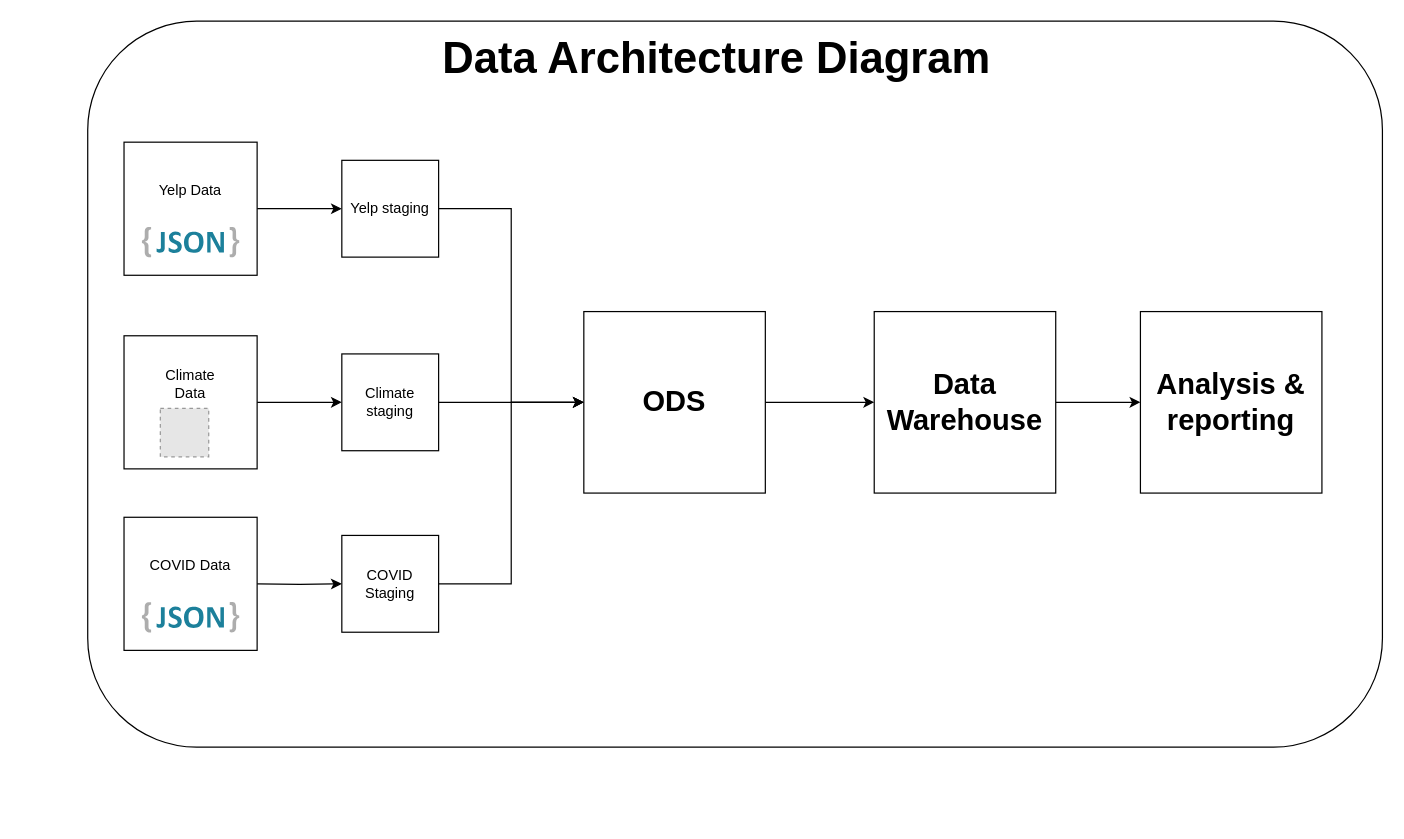
This is Udacity/Untitled Diagram.drawio from vijaypattar28/snowflake, a draw.io file, before an edit. Source tidied: cells renumbered, new cells numbered last; positions are measured from the earlier drawing's top-left corner, leaving out a move shared by most shapes. Both pictures are drawn from the tidied source at 121%, with x=0, y=0 at pixel (87, 21). Pictures stored in the file or linked from it are replaced by grey dashed boxes.
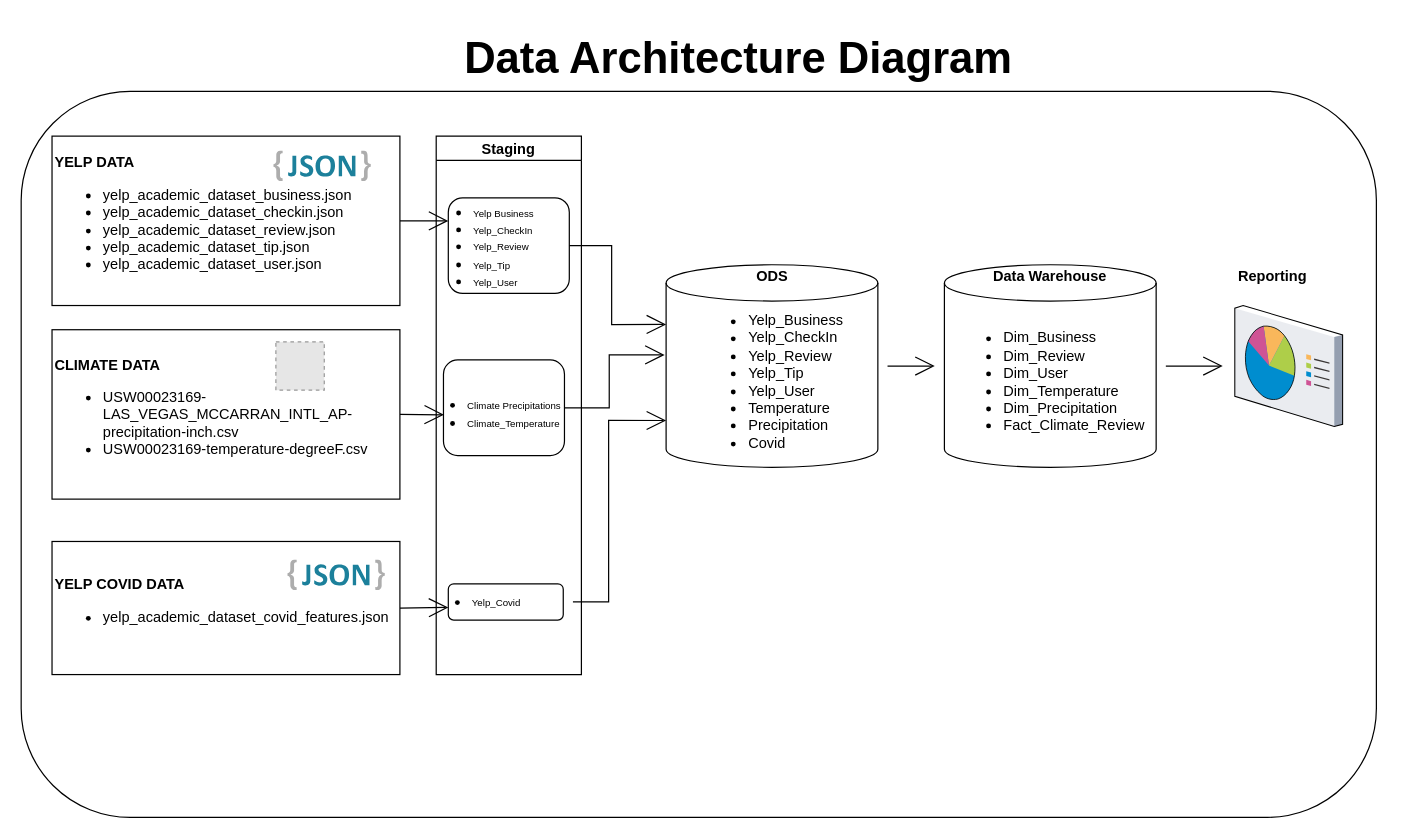
Above is the later version.

Commit message:
updated the diagram based on the feedback

The edit, as a diff of the source:
```diff
@@
     <mxCell id="2" style="rounded=1;whiteSpace=wrap;html=1;" parent="1" vertex="1">
-      <mxGeometry width="1070" height="600" as="geometry" />
+      <mxGeometry x="-55" y="58" width="1120" height="600" as="geometry" />
     </mxCell>
-    <mxCell id="3" style="edgeStyle=orthogonalEdgeStyle;rounded=0;jettySize=auto;html=1;entryX=0;entryY=0.5;entryDx=0;entryDy=0;" parent="1" edge="1" source="4" target="16">
-      <mxGeometry relative="1" as="geometry" />
-    </mxCell>
-    <mxCell id="4" style="whiteSpace=wrap;html=1;" parent="1" vertex="1">
-      <mxGeometry x="30" y="100" width="110" height="110" as="geometry" />
-    </mxCell>
+    <mxCell id="26" value="&lt;font style=&quot;font-size: 36px&quot;&gt;&lt;b&gt;Data Architecture Diagram&lt;/b&gt;&lt;/font&gt;" style="text;html=1;strokeColor=none;fillColor=none;align=center;verticalAlign=middle;whiteSpace=wrap;rounded=0;" parent="1" vertex="1">
+      <mxGeometry x="283" y="20" width="510" height="20" as="geometry" />
+    </mxCell>
+    <mxCell id="27" style="edgeStyle=none;curved=1;rounded=0;jettySize=auto;html=1;exitX=1;exitY=0.5;exitDx=0;exitDy=0;endArrow=open;startSize=14;endSize=14;sourcePerimeterSpacing=8;targetPerimeterSpacing=8;entryX=0;entryY=0.241;entryDx=0;entryDy=0;entryPerimeter=0;" parent="1" edge="1" source="28" target="35">
+      <mxGeometry relative="1" as="geometry" />
+    </mxCell>
+    <mxCell id="28" value="&lt;div&gt;&lt;b&gt;YELP DATA&lt;/b&gt;&lt;/div&gt;&lt;ul&gt;&lt;li&gt;&lt;span&gt;yelp_academic_dataset_business.json&lt;/span&gt;&lt;/li&gt;&lt;li&gt;&lt;span&gt;yelp_academic_dataset_checkin.json&lt;/span&gt;&lt;/li&gt;&lt;li&gt;&lt;span&gt;yelp_academic_dataset_review.json&lt;/span&gt;&lt;/li&gt;&lt;li&gt;&lt;span&gt;yelp_academic_dataset_tip.json&lt;/span&gt;&lt;/li&gt;&lt;li&gt;&lt;span&gt;yelp_academic_dataset_user.json&lt;/span&gt;&lt;/li&gt;&lt;/ul&gt;" style="rounded=0;whiteSpace=wrap;html=1;hachureGap=4;align=left;" parent="1" vertex="1">
+      <mxGeometry x="-29.5" y="95" width="287.5" height="140" as="geometry" />
+    </mxCell>
     <mxCell id="5" style="dashed=0;html=1;align=center;labelPosition=center;verticalLabelPosition=bottom;verticalAlign=top;shape=mxgraph.weblogos.json_2;" parent="1" vertex="1">
-      <mxGeometry x="44.8" y="170" width="80.4" height="25.2" as="geometry" />
+      <mxGeometry x="153.5" y="107" width="80.4" height="25.2" as="geometry" />
     </mxCell>
-    <mxCell id="6" value="Yelp Data" style="text;html=1;strokeColor=none;fillColor=none;align=center;verticalAlign=middle;whiteSpace=wrap;rounded=0;" parent="1" vertex="1">
-      <mxGeometry x="50" y="130" width="70" height="20" as="geometry" />
-    </mxCell>
-    <mxCell id="7" style="edgeStyle=orthogonalEdgeStyle;rounded=0;jettySize=auto;html=1;" parent="1" edge="1" source="8" target="18">
-      <mxGeometry relative="1" as="geometry" />
-    </mxCell>
-    <mxCell id="8" style="whiteSpace=wrap;html=1;" parent="1" vertex="1">
-      <mxGeometry x="30" y="260" width="110" height="110" as="geometry" />
-    </mxCell>
-    <mxCell id="9" value="Climate Data" style="text;html=1;strokeColor=none;fillColor=none;align=center;verticalAlign=middle;whiteSpace=wrap;rounded=0;" parent="1" vertex="1">
-      <mxGeometry x="50" y="290" width="70" height="20" as="geometry" />
-    </mxCell>
+    <mxCell id="29" style="edgeStyle=none;curved=1;rounded=0;jettySize=auto;html=1;entryX=0.004;entryY=0.574;entryDx=0;entryDy=0;entryPerimeter=0;endArrow=open;startSize=14;endSize=14;sourcePerimeterSpacing=8;targetPerimeterSpacing=8;exitX=1;exitY=0.5;exitDx=0;exitDy=0;" parent="1" edge="1" source="30" target="36">
+      <mxGeometry relative="1" as="geometry" />
+    </mxCell>
+    <mxCell id="30" value="&lt;div&gt;&lt;div&gt;&lt;b&gt;CLIMATE DATA&lt;/b&gt;&amp;nbsp;&lt;/div&gt;&lt;ul&gt;&lt;li&gt;USW00023169-LAS_VEGAS_MCCARRAN_INTL_AP-precipitation-inch.csv&lt;/li&gt;&lt;li&gt;USW00023169-temperature-degreeF.csv&lt;/li&gt;&lt;/ul&gt;&lt;/div&gt;" style="rounded=0;whiteSpace=wrap;html=1;hachureGap=4;align=left;" parent="1" vertex="1">
+      <mxGeometry x="-29.5" y="255" width="287.5" height="140" as="geometry" />
+    </mxCell>
     <mxCell id="10" style="fillColor=#E6E6E6;strokeColor=#999999;dashed=1;html=1;verticalAlign=top;verticalLabelPosition=bottom;labelBackgroundColor=#ffffff;" parent="1" vertex="1">
-      <mxGeometry x="60" y="320" width="40" height="40" as="geometry" />
+      <mxGeometry x="155.5" y="265" width="40" height="40" as="geometry" />
     </mxCell>
-    <mxCell id="11" style="edgeStyle=orthogonalEdgeStyle;rounded=0;jettySize=auto;html=1;entryX=0;entryY=0.5;entryDx=0;entryDy=0;" parent="1" edge="1" target="20">
-      <mxGeometry relative="1" as="geometry">
-        <mxPoint x="140" y="465" as="sourcePoint" />
-      </mxGeometry>
-    </mxCell>
-    <mxCell id="12" style="whiteSpace=wrap;html=1;" parent="1" vertex="1">
-      <mxGeometry x="30" y="410" width="110" height="110" as="geometry" />
-    </mxCell>
-    <mxCell id="13" style="dashed=0;html=1;align=center;labelPosition=center;verticalLabelPosition=bottom;verticalAlign=top;shape=mxgraph.weblogos.json_2;" parent="1" vertex="1">
-      <mxGeometry x="44.8" y="480" width="80.4" height="25.2" as="geometry" />
-    </mxCell>
-    <mxCell id="14" value="COVID Data" style="text;html=1;strokeColor=none;fillColor=none;align=center;verticalAlign=middle;whiteSpace=wrap;rounded=0;" parent="1" vertex="1">
-      <mxGeometry x="50" y="440" width="70" height="20" as="geometry" />
-    </mxCell>
-    <mxCell id="15" style="edgeStyle=orthogonalEdgeStyle;rounded=0;jettySize=auto;html=1;entryX=0;entryY=0.5;entryDx=0;entryDy=0;" parent="1" edge="1" source="16" target="22">
-      <mxGeometry relative="1" as="geometry" />
-    </mxCell>
-    <mxCell id="16" value="Yelp staging" style="whiteSpace=wrap;html=1;" parent="1" vertex="1">
-      <mxGeometry x="210" y="115" width="80" height="80" as="geometry" />
-    </mxCell>
-    <mxCell id="17" style="edgeStyle=orthogonalEdgeStyle;rounded=0;jettySize=auto;html=1;entryX=0;entryY=0.5;entryDx=0;entryDy=0;" parent="1" edge="1" source="18" target="22">
-      <mxGeometry relative="1" as="geometry" />
-    </mxCell>
-    <mxCell id="18" value="Climate staging" style="whiteSpace=wrap;html=1;" parent="1" vertex="1">
-      <mxGeometry x="210" y="275" width="80" height="80" as="geometry" />
-    </mxCell>
-    <mxCell id="19" style="edgeStyle=orthogonalEdgeStyle;rounded=0;jettySize=auto;html=1;entryX=0;entryY=0.5;entryDx=0;entryDy=0;" parent="1" edge="1" source="20" target="22">
-      <mxGeometry relative="1" as="geometry" />
-    </mxCell>
-    <mxCell id="20" value="COVID Staging" style="whiteSpace=wrap;html=1;" parent="1" vertex="1">
-      <mxGeometry x="210" y="425" width="80" height="80" as="geometry" />
-    </mxCell>
-    <mxCell id="21" style="edgeStyle=orthogonalEdgeStyle;rounded=0;jettySize=auto;html=1;entryX=0;entryY=0.5;entryDx=0;entryDy=0;" parent="1" edge="1" source="22" target="24">
-      <mxGeometry relative="1" as="geometry" />
-    </mxCell>
+    <mxCell id="31" style="edgeStyle=none;curved=1;rounded=0;jettySize=auto;html=1;entryX=0;entryY=0.75;entryDx=0;entryDy=0;endArrow=open;startSize=14;endSize=14;sourcePerimeterSpacing=8;targetPerimeterSpacing=8;exitX=1;exitY=0.5;exitDx=0;exitDy=0;" parent="1" edge="1" source="32" target="38">
+      <mxGeometry relative="1" as="geometry" />
+    </mxCell>
+    <mxCell id="32" value="&lt;div&gt;&lt;b&gt;YELP COVID DATA&lt;/b&gt;&lt;/div&gt;&lt;div&gt;&lt;ul&gt;&lt;li&gt;&lt;span&gt;yelp_academic_dataset_covid_features.json&lt;/span&gt;&lt;/li&gt;&lt;/ul&gt;&lt;/div&gt;" style="rounded=0;whiteSpace=wrap;html=1;hachureGap=4;align=left;" parent="1" vertex="1">
+      <mxGeometry x="-29.5" y="430" width="287.5" height="110" as="geometry" />
+    </mxCell>
+    <mxCell id="33" style="dashed=0;html=1;align=center;labelPosition=center;verticalLabelPosition=bottom;verticalAlign=top;shape=mxgraph.weblogos.json_2;" parent="1" vertex="1">
+      <mxGeometry x="165.1" y="445" width="80.4" height="25.2" as="geometry" />
+    </mxCell>
+    <mxCell id="34" value="Staging" style="swimlane;startSize=20;hachureGap=4;" parent="1" vertex="1">
+      <mxGeometry x="288" y="95" width="120" height="445" as="geometry" />
+    </mxCell>
+    <mxCell id="35" style="rounded=1;whiteSpace=wrap;html=1;hachureGap=4;" parent="34" vertex="1">
+      <mxGeometry x="10" y="51" width="100" height="79" as="geometry" />
+    </mxCell>
+    <mxCell id="36" style="rounded=1;whiteSpace=wrap;html=1;hachureGap=4;" parent="34" vertex="1">
+      <mxGeometry x="6" y="185" width="100" height="79" as="geometry" />
+    </mxCell>
+    <mxCell id="37" style="rounded=1;whiteSpace=wrap;html=1;hachureGap=4;align=left;" parent="34" vertex="1">
+      <mxGeometry x="10" y="370" width="95" height="30" as="geometry" />
+    </mxCell>
+    <mxCell id="38" value="&lt;ul&gt;&lt;li&gt;&lt;font style=&quot;font-size: 8px&quot;&gt;Yelp_Covid&lt;/font&gt;&lt;/li&gt;&lt;/ul&gt;" style="text;html=1;strokeColor=none;fillColor=none;align=center;verticalAlign=middle;whiteSpace=wrap;rounded=0;hachureGap=4;" parent="34" vertex="1">
+      <mxGeometry x="10" y="374.5" width="40" height="20" as="geometry" />
+    </mxCell>
+    <mxCell id="39" value="&lt;ul&gt;&lt;li&gt;&lt;font style=&quot;font-size: 8px&quot;&gt;Climate Precipitations&lt;/font&gt;&lt;/li&gt;&lt;li&gt;&lt;font style=&quot;font-size: 8px&quot;&gt;Climate_Temperature&lt;/font&gt;&lt;/li&gt;&lt;/ul&gt;" style="text;html=1;strokeColor=none;fillColor=none;align=left;verticalAlign=middle;whiteSpace=wrap;rounded=0;hachureGap=4;" parent="34" vertex="1">
+      <mxGeometry x="-16" y="194" width="125" height="70" as="geometry" />
+    </mxCell>
+    <mxCell id="40" value="&lt;ul&gt;&lt;li&gt;&lt;font style=&quot;font-size: 8px&quot;&gt;Yelp Business&lt;/font&gt;&lt;/li&gt;&lt;li&gt;&lt;font style=&quot;font-size: 8px&quot;&gt;Yelp_CheckIn&lt;/font&gt;&lt;/li&gt;&lt;li&gt;&lt;font style=&quot;font-size: 8px&quot;&gt;Yelp_Review&lt;/font&gt;&lt;/li&gt;&lt;li&gt;&lt;font style=&quot;font-size: 8px&quot;&gt;Yelp_Tip&lt;/font&gt;&lt;/li&gt;&lt;li&gt;&lt;font style=&quot;font-size: 8px&quot;&gt;Yelp_User&lt;/font&gt;&lt;/li&gt;&lt;/ul&gt;" style="text;html=1;strokeColor=none;fillColor=none;align=left;verticalAlign=middle;whiteSpace=wrap;rounded=0;hachureGap=4;" parent="34" vertex="1">
+      <mxGeometry x="-11.5" y="55.5" width="93.5" height="70" as="geometry" />
+    </mxCell>
+    <mxCell id="41" style="edgeStyle=orthogonalEdgeStyle;rounded=0;jettySize=auto;html=1;endArrow=open;startSize=14;endSize=14;sourcePerimeterSpacing=8;targetPerimeterSpacing=8;" parent="1" edge="1" source="42" target="44">
+      <mxGeometry relative="1" as="geometry" />
+    </mxCell>
+    <mxCell id="42" value="&lt;div style=&quot;text-align: left&quot;&gt;&lt;ul&gt;&lt;li&gt;&lt;font style=&quot;font-size: 12px&quot;&gt;Yelp_Business&lt;/font&gt;&lt;/li&gt;&lt;li&gt;&lt;span&gt;&lt;font style=&quot;font-size: 12px&quot;&gt;Yelp_CheckIn&lt;/font&gt;&lt;/span&gt;&lt;/li&gt;&lt;li&gt;&lt;span&gt;&lt;font style=&quot;font-size: 12px&quot;&gt;Yelp_Review&lt;/font&gt;&lt;/span&gt;&lt;/li&gt;&lt;li&gt;&lt;span&gt;&lt;font style=&quot;font-size: 12px&quot;&gt;Yelp_Tip&lt;/font&gt;&lt;/span&gt;&lt;/li&gt;&lt;li&gt;&lt;span&gt;&lt;font style=&quot;font-size: 12px&quot;&gt;Yelp_User&lt;/font&gt;&lt;/span&gt;&lt;/li&gt;&lt;li&gt;&lt;span&gt;&lt;font style=&quot;font-size: 12px&quot;&gt;Temperature&lt;/font&gt;&lt;/span&gt;&lt;/li&gt;&lt;li&gt;&lt;span&gt;&lt;font style=&quot;font-size: 12px&quot;&gt;Precipitation&lt;/font&gt;&lt;/span&gt;&lt;/li&gt;&lt;li&gt;&lt;font style=&quot;font-size: 12px&quot;&gt;Covid&lt;/font&gt;&lt;/li&gt;&lt;/ul&gt;&lt;/div&gt;" style="shape=cylinder3;whiteSpace=wrap;html=1;boundedLbl=1;backgroundOutline=1;size=15;hachureGap=4;" parent="1" vertex="1">
+      <mxGeometry x="478" y="201.3" width="175" height="167.4" as="geometry" />
+    </mxCell>
+    <mxCell id="43" style="edgeStyle=orthogonalEdgeStyle;rounded=0;jettySize=auto;html=1;endArrow=open;startSize=14;endSize=14;sourcePerimeterSpacing=8;targetPerimeterSpacing=8;" parent="1" edge="1" source="44">
+      <mxGeometry relative="1" as="geometry">
+        <mxPoint x="938" y="285" as="targetPoint" />
+      </mxGeometry>
+    </mxCell>
+    <mxCell id="44" value="&lt;div style=&quot;text-align: left&quot;&gt;&lt;ul&gt;&lt;li&gt;&lt;font style=&quot;font-size: 12px&quot;&gt;Dim_Business&lt;/font&gt;&lt;/li&gt;&lt;li&gt;Dim_Review&lt;/li&gt;&lt;li&gt;Dim_User&lt;/li&gt;&lt;li&gt;&lt;span&gt;&lt;font style=&quot;font-size: 12px&quot;&gt;Dim_Temperature&lt;/font&gt;&lt;/span&gt;&lt;/li&gt;&lt;li&gt;&lt;span&gt;&lt;font style=&quot;font-size: 12px&quot;&gt;Dim_Precipitation&lt;/font&gt;&lt;/span&gt;&lt;/li&gt;&lt;li&gt;&lt;span&gt;&lt;font style=&quot;font-size: 12px&quot;&gt;Fact_Climate_Review&lt;/font&gt;&lt;/span&gt;&lt;/li&gt;&lt;/ul&gt;&lt;/div&gt;" style="shape=cylinder3;whiteSpace=wrap;html=1;boundedLbl=1;backgroundOutline=1;size=15;hachureGap=4;" parent="1" vertex="1">
+      <mxGeometry x="708" y="201.3" width="175" height="167.4" as="geometry" />
+    </mxCell>
+    <mxCell id="45" style="edgeStyle=orthogonalEdgeStyle;rounded=0;jettySize=auto;html=1;exitX=1;exitY=0.5;exitDx=0;exitDy=0;entryX=0;entryY=0;entryDx=0;entryDy=49.35;entryPerimeter=0;endArrow=open;startSize=14;endSize=14;sourcePerimeterSpacing=8;targetPerimeterSpacing=8;" parent="1" edge="1" source="35" target="42">
+      <mxGeometry relative="1" as="geometry" />
+    </mxCell>
+    <mxCell id="46" style="edgeStyle=orthogonalEdgeStyle;rounded=0;jettySize=auto;html=1;entryX=-0.007;entryY=0.445;entryDx=0;entryDy=0;entryPerimeter=0;endArrow=open;startSize=14;endSize=14;sourcePerimeterSpacing=8;targetPerimeterSpacing=8;exitX=1;exitY=0.5;exitDx=0;exitDy=0;" parent="1" edge="1" source="36" target="42">
+      <mxGeometry relative="1" as="geometry">
+        <Array as="points">
+          <mxPoint x="431" y="320" />
+          <mxPoint x="431" y="276" />
+        </Array>
+      </mxGeometry>
+    </mxCell>
+    <mxCell id="47" style="edgeStyle=orthogonalEdgeStyle;rounded=0;jettySize=auto;html=1;entryX=0;entryY=0.769;entryDx=0;entryDy=0;entryPerimeter=0;endArrow=open;startSize=14;endSize=14;sourcePerimeterSpacing=8;targetPerimeterSpacing=8;" parent="1" edge="1" source="37" target="42">
+      <mxGeometry relative="1" as="geometry" />
+    </mxCell>
-    <mxCell id="22" value="&lt;font style=&quot;font-size: 24px&quot;&gt;&lt;b&gt;ODS&lt;/b&gt;&lt;/font&gt;" style="whiteSpace=wrap;html=1;" parent="1" vertex="1">
-      <mxGeometry x="410" y="240" width="150" height="150" as="geometry" />
+    <mxCell id="22" value="&lt;b&gt;ODS&lt;/b&gt;" style="text;html=1;strokeColor=none;fillColor=none;align=center;verticalAlign=middle;whiteSpace=wrap;rounded=0;hachureGap=4;" parent="1" vertex="1">
+      <mxGeometry x="545.5" y="201.3" width="40" height="20" as="geometry" />
     </mxCell>
-    <mxCell id="23" style="edgeStyle=orthogonalEdgeStyle;rounded=0;jettySize=auto;html=1;" parent="1" edge="1" source="24" target="25">
-      <mxGeometry relative="1" as="geometry" />
-    </mxCell>
-    <mxCell id="24" value="&lt;font style=&quot;font-size: 24px&quot;&gt;&lt;b&gt;Data Warehouse&lt;/b&gt;&lt;/font&gt;" style="whiteSpace=wrap;html=1;" parent="1" vertex="1">
-      <mxGeometry x="650" y="240" width="150" height="150" as="geometry" />
+    <mxCell id="24" value="&lt;b&gt;Data Warehouse&lt;/b&gt;" style="text;html=1;strokeColor=none;fillColor=none;align=center;verticalAlign=middle;whiteSpace=wrap;rounded=0;hachureGap=4;" parent="1" vertex="1">
+      <mxGeometry x="737.2" y="201.3" width="116.5" height="20" as="geometry" />
     </mxCell>
-    <mxCell id="25" value="&lt;font style=&quot;font-size: 24px&quot;&gt;&lt;b&gt;Analysis &amp;amp; reporting&lt;/b&gt;&lt;/font&gt;" style="whiteSpace=wrap;html=1;" parent="1" vertex="1">
-      <mxGeometry x="870" y="240" width="150" height="150" as="geometry" />
-    </mxCell>
-    <mxCell id="26" value="&lt;font style=&quot;font-size: 36px&quot;&gt;&lt;b&gt;Data Architecture Diagram&lt;/b&gt;&lt;/font&gt;" style="text;html=1;strokeColor=none;fillColor=none;align=center;verticalAlign=middle;whiteSpace=wrap;rounded=0;" parent="1" vertex="1">
-      <mxGeometry x="265" y="20" width="510" height="20" as="geometry" />
-    </mxCell>
+    <mxCell id="48" style="verticalLabelPosition=bottom;sketch=0;html=1;verticalAlign=top;strokeColor=none;align=center;shape=mxgraph.citrix.reporting;hachureGap=4;" parent="1" vertex="1">
+      <mxGeometry x="948" y="235" width="89.1" height="100" as="geometry" />
+    </mxCell>
+    <mxCell id="49" value="&lt;b&gt;Reporting&lt;/b&gt;" style="text;html=1;strokeColor=none;fillColor=none;align=center;verticalAlign=middle;whiteSpace=wrap;rounded=0;hachureGap=4;" parent="1" vertex="1">
+      <mxGeometry x="920.6" y="201.3" width="116.5" height="20" as="geometry" />
+    </mxCell>
```
